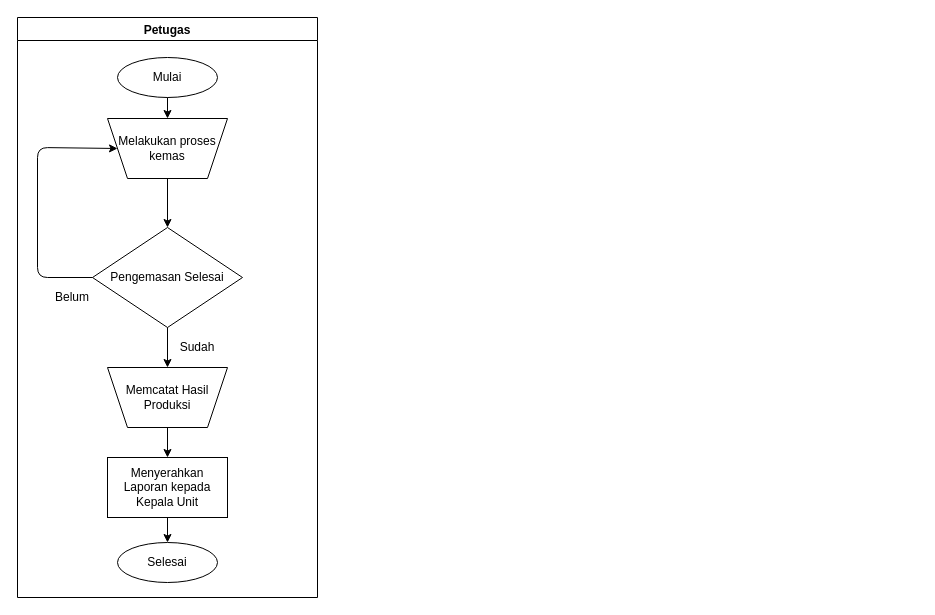
Earlier version of the draw.io diagram page "Flowchart lama" (1 of 18) of Flowberjalan.drawio (Marinska/skripsi). Source tidied: cells renumbered, new cells numbered last; positions are measured from the earlier drawing's top-left corner, leaving out a move shared by most shapes. Both pictures are drawn from the tidied source at 100%, with x=0, y=0 at pixel (17, 17).
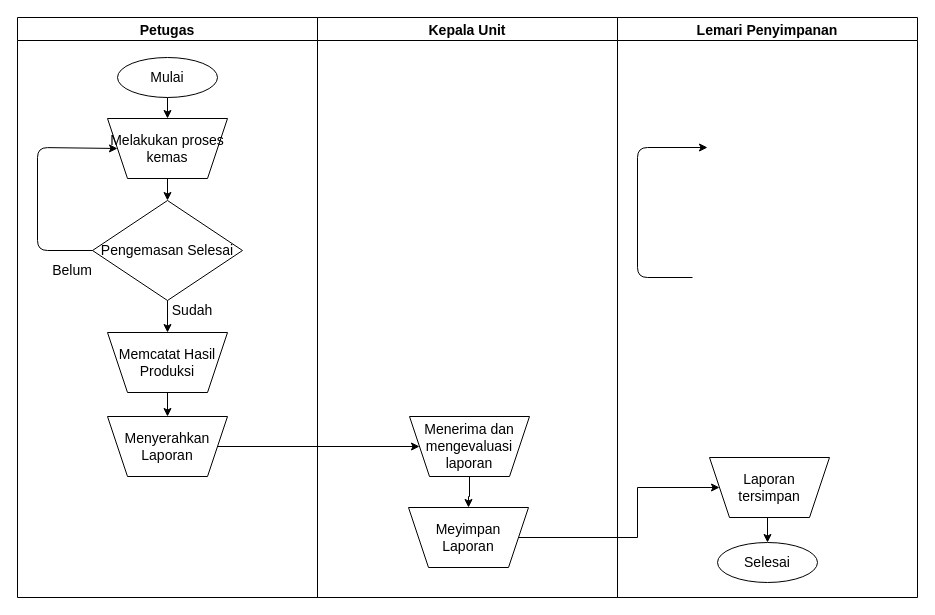
After the change.

What changed in the source:
```diff
@@
-    <mxCell id="2" value="Petugas" style="swimlane;" parent="1" vertex="1">
+    <mxCell id="2" value="Petugas" style="swimlane;fontSize=14;" parent="1" vertex="1">
       <mxGeometry width="300" height="580" as="geometry" />
     </mxCell>
-    <mxCell id="3" value="Mulai" style="ellipse;whiteSpace=wrap;html=1;" parent="2" vertex="1">
+    <mxCell id="3" value="Mulai" style="ellipse;whiteSpace=wrap;html=1;fontSize=14;" parent="2" vertex="1">
       <mxGeometry x="100" y="40" width="100" height="40" as="geometry" />
     </mxCell>
-    <mxCell id="4" value="Pengemasan Selesai" style="rhombus;whiteSpace=wrap;html=1;" parent="2" vertex="1">
-      <mxGeometry x="75" y="210" width="150" height="100" as="geometry" />
+    <mxCell id="4" value="Pengemasan Selesai" style="rhombus;whiteSpace=wrap;html=1;fontSize=14;" parent="2" vertex="1">
+      <mxGeometry x="75" y="183" width="150" height="100" as="geometry" />
     </mxCell>
-    <mxCell id="5" value="Menyerahkan Laporan kepada Kepala Unit" style="rounded=0;whiteSpace=wrap;html=1;" parent="2" vertex="1">
-      <mxGeometry x="90" y="440" width="120" height="60" as="geometry" />
-    </mxCell>
-    <mxCell id="6" style="endArrow=classic;html=1;exitX=0.5;exitY=1;exitDx=0;exitDy=0;" parent="2" edge="1" source="3" target="16">
+    <mxCell id="6" style="endArrow=classic;html=1;exitX=0.5;exitY=1;exitDx=0;exitDy=0;fontSize=14;" parent="2" edge="1" source="3" target="16">
       <mxGeometry relative="1" as="geometry" />
     </mxCell>
-    <mxCell id="7" style="endArrow=classic;html=1;entryX=0.5;entryY=0;entryDx=0;entryDy=0;" parent="2" edge="1" source="16" target="4">
+    <mxCell id="7" style="endArrow=classic;html=1;entryX=0.5;entryY=0;entryDx=0;entryDy=0;fontSize=14;" parent="2" edge="1" source="16" target="4">
       <mxGeometry relative="1" as="geometry" />
     </mxCell>
-    <mxCell id="8" style="endArrow=classic;html=1;exitX=0.5;exitY=1;exitDx=0;exitDy=0;" parent="2" edge="1" source="4" target="13">
+    <mxCell id="8" style="endArrow=classic;html=1;exitX=0.5;exitY=1;exitDx=0;exitDy=0;fontSize=14;" parent="2" edge="1" source="4" target="13">
       <mxGeometry relative="1" as="geometry" />
     </mxCell>
-    <mxCell id="9" style="endArrow=classic;html=1;entryX=0.5;entryY=0;entryDx=0;entryDy=0;exitX=0.5;exitY=0;exitDx=0;exitDy=0;" parent="2" edge="1" source="13" target="5">
+    <mxCell id="9" style="endArrow=classic;html=1;exitX=0.5;exitY=0;exitDx=0;exitDy=0;fontSize=14;" parent="2" edge="1" source="13" target="17">
       <mxGeometry relative="1" as="geometry" />
     </mxCell>
-    <mxCell id="10" style="endArrow=classic;html=1;exitX=0;exitY=0.5;exitDx=0;exitDy=0;entryX=1;entryY=0.5;entryDx=0;entryDy=0;" parent="2" edge="1" source="4" target="16">
+    <mxCell id="10" style="endArrow=classic;html=1;exitX=0;exitY=0.5;exitDx=0;exitDy=0;entryX=1;entryY=0.5;entryDx=0;entryDy=0;fontSize=14;" parent="2" edge="1" source="4" target="16">
       <mxGeometry relative="1" as="geometry">
         <Array as="points">
-          <mxPoint x="20" y="260" />
+          <mxPoint x="20" y="233" />
           <mxPoint x="20" y="130" />
         </Array>
       </mxGeometry>
     </mxCell>
-    <mxCell id="11" value="Belum" style="text;html=1;strokeColor=none;fillColor=none;align=center;verticalAlign=middle;whiteSpace=wrap;rounded=0;" parent="2" vertex="1">
-      <mxGeometry x="35" y="270" width="40" height="20" as="geometry" />
+    <mxCell id="11" value="Belum" style="text;html=1;strokeColor=none;fillColor=none;align=center;verticalAlign=middle;whiteSpace=wrap;rounded=0;fontSize=14;" parent="2" vertex="1">
+      <mxGeometry x="35" y="243" width="40" height="20" as="geometry" />
     </mxCell>
-    <mxCell id="12" value="Sudah" style="text;html=1;strokeColor=none;fillColor=none;align=center;verticalAlign=middle;whiteSpace=wrap;rounded=0;" parent="2" vertex="1">
-      <mxGeometry x="160" y="320" width="40" height="20" as="geometry" />
+    <mxCell id="12" value="Sudah" style="text;html=1;strokeColor=none;fillColor=none;align=center;verticalAlign=middle;whiteSpace=wrap;rounded=0;fontSize=14;" parent="2" vertex="1">
+      <mxGeometry x="155" y="283" width="40" height="20" as="geometry" />
     </mxCell>
-    <mxCell id="13" value="Memcatat Hasil Produksi" style="shape=trapezoid;perimeter=trapezoidPerimeter;whiteSpace=wrap;html=1;fixedSize=1;direction=west;" parent="2" vertex="1">
-      <mxGeometry x="90" y="350" width="120" height="60" as="geometry" />
+    <mxCell id="13" value="Memcatat Hasil Produksi" style="shape=trapezoid;perimeter=trapezoidPerimeter;whiteSpace=wrap;html=1;fixedSize=1;direction=west;fontSize=14;" parent="2" vertex="1">
+      <mxGeometry x="90" y="315" width="120" height="60" as="geometry" />
     </mxCell>
+    <mxCell id="16" value="Melakukan proses kemas" style="shape=trapezoid;perimeter=trapezoidPerimeter;whiteSpace=wrap;html=1;fixedSize=1;direction=west;fontSize=14;" parent="2" vertex="1">
+      <mxGeometry x="90" y="101" width="120" height="60" as="geometry" />
+    </mxCell>
+    <mxCell id="17" value="Menyerahkan&lt;br&gt;Laporan" style="shape=trapezoid;perimeter=trapezoidPerimeter;whiteSpace=wrap;html=1;fixedSize=1;direction=west;fontSize=14;" parent="2" vertex="1">
+      <mxGeometry x="90" y="399" width="120" height="60" as="geometry" />
+    </mxCell>
+    <mxCell id="18" value="Kepala Unit" style="swimlane;fontSize=14;" parent="1" vertex="1">
+      <mxGeometry x="300" width="300" height="580" as="geometry" />
+    </mxCell>
+    <mxCell id="19" style="edgeStyle=orthogonalEdgeStyle;rounded=0;jettySize=auto;html=1;exitX=0.5;exitY=0;exitDx=0;exitDy=0;fontSize=14;" parent="18" edge="1" source="20" target="21">
+      <mxGeometry relative="1" as="geometry" />
+    </mxCell>
+    <mxCell id="20" value="Menerima dan&lt;br&gt;mengevaluasi&lt;br&gt;laporan" style="shape=trapezoid;perimeter=trapezoidPerimeter;whiteSpace=wrap;html=1;fixedSize=1;direction=west;fontSize=14;" parent="18" vertex="1">
+      <mxGeometry x="92" y="399" width="120" height="60" as="geometry" />
+    </mxCell>
+    <mxCell id="21" value="Meyimpan&lt;br&gt;Laporan" style="shape=trapezoid;perimeter=trapezoidPerimeter;whiteSpace=wrap;html=1;fixedSize=1;direction=west;fontSize=14;" parent="18" vertex="1">
+      <mxGeometry x="91" y="490" width="120" height="60" as="geometry" />
+    </mxCell>
+    <mxCell id="22" value="Lemari Penyimpanan" style="swimlane;fontSize=14;" parent="1" vertex="1">
+      <mxGeometry x="600" width="300" height="580" as="geometry" />
+    </mxCell>
+    <mxCell id="23" style="endArrow=classic;html=1;exitX=0;exitY=0.5;exitDx=0;exitDy=0;entryX=1;entryY=0.5;entryDx=0;entryDy=0;" parent="22" edge="1">
+      <mxGeometry relative="1" as="geometry">
+        <mxPoint x="75" y="260" as="sourcePoint" />
+        <mxPoint x="90" y="130" as="targetPoint" />
+        <Array as="points">
+          <mxPoint x="20" y="260" />
+          <mxPoint x="20" y="130" />
+        </Array>
+      </mxGeometry>
+    </mxCell>
-    <mxCell id="14" value="Selesai" style="ellipse;whiteSpace=wrap;html=1;" parent="2" vertex="1">
+    <mxCell id="14" value="Selesai" style="ellipse;whiteSpace=wrap;html=1;fontSize=14;" parent="22" vertex="1">
       <mxGeometry x="100" y="525" width="100" height="40" as="geometry" />
     </mxCell>
-    <mxCell id="15" style="endArrow=classic;html=1;exitX=0.5;exitY=1;exitDx=0;exitDy=0;" parent="2" edge="1" source="5" target="14">
-      <mxGeometry relative="1" as="geometry" />
-    </mxCell>
-    <mxCell id="16" value="Melakukan proses kemas" style="shape=trapezoid;perimeter=trapezoidPerimeter;whiteSpace=wrap;html=1;fixedSize=1;direction=west;" parent="2" vertex="1">
-      <mxGeometry x="90" y="101" width="120" height="60" as="geometry" />
-    </mxCell>
+    <mxCell id="24" style="endArrow=classic;html=1;exitX=0.5;exitY=1;exitDx=0;exitDy=0;fontSize=14;" parent="22" edge="1" target="14">
+      <mxGeometry relative="1" as="geometry">
+        <mxPoint x="150" y="500" as="sourcePoint" />
+      </mxGeometry>
+    </mxCell>
+    <mxCell id="25" value="Laporan&lt;br&gt;tersimpan" style="shape=trapezoid;perimeter=trapezoidPerimeter;whiteSpace=wrap;html=1;fixedSize=1;direction=west;fontSize=14;" parent="22" vertex="1">
+      <mxGeometry x="92" y="440" width="120" height="60" as="geometry" />
+    </mxCell>
+    <mxCell id="26" style="edgeStyle=orthogonalEdgeStyle;rounded=0;jettySize=auto;html=1;exitX=0;exitY=0.5;exitDx=0;exitDy=0;fontSize=14;" parent="1" edge="1" source="17" target="20">
+      <mxGeometry relative="1" as="geometry" />
+    </mxCell>
+    <mxCell id="27" style="edgeStyle=orthogonalEdgeStyle;rounded=0;jettySize=auto;html=1;exitX=0;exitY=0.5;exitDx=0;exitDy=0;fontSize=14;" parent="1" edge="1" source="21" target="25">
+      <mxGeometry relative="1" as="geometry">
+        <Array as="points">
+          <mxPoint x="620" y="520" />
+          <mxPoint x="620" y="470" />
+        </Array>
+      </mxGeometry>
+    </mxCell>
```
